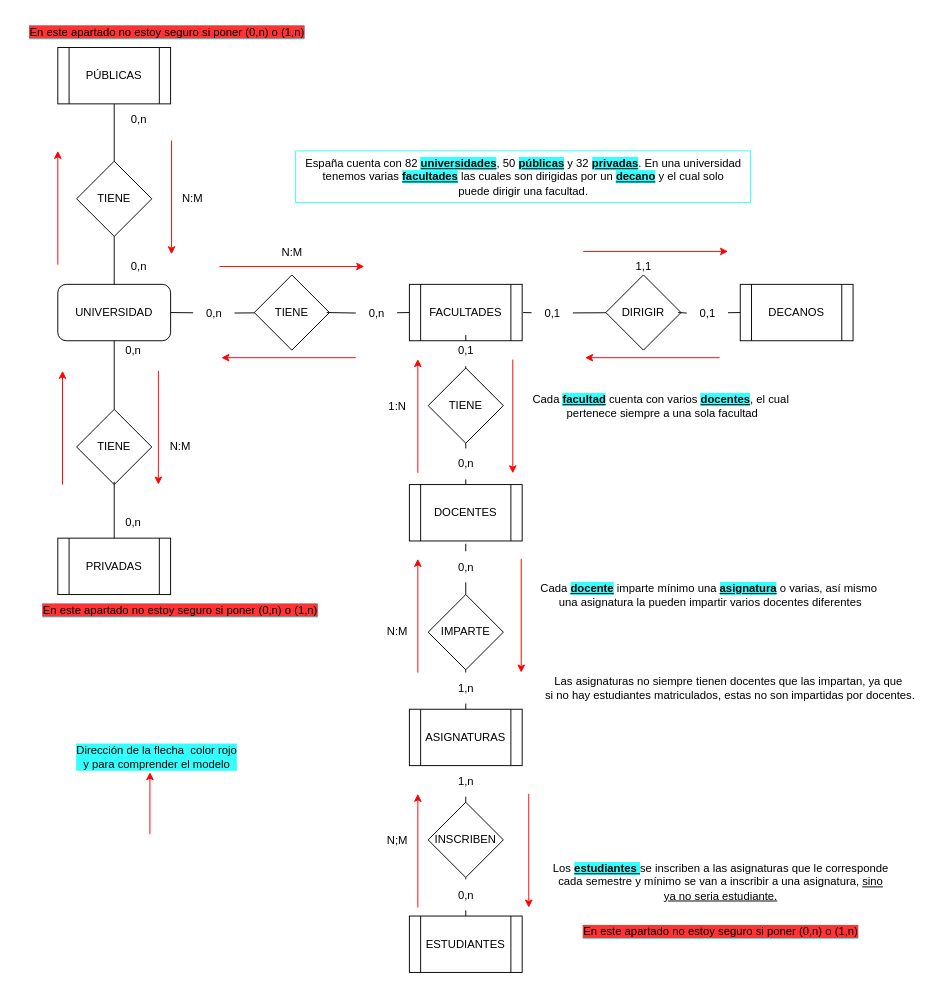
This is Untitled Diagram.drawio from Kiritomoreno/Diagramas, a draw.io file, before an edit. Source tidied: cells renumbered, new cells numbered last; positions are measured from the earlier drawing's top-left corner, leaving out a move shared by most shapes. Both pictures are drawn from the tidied source at 94%, with x=0, y=0 at pixel (16, 16).
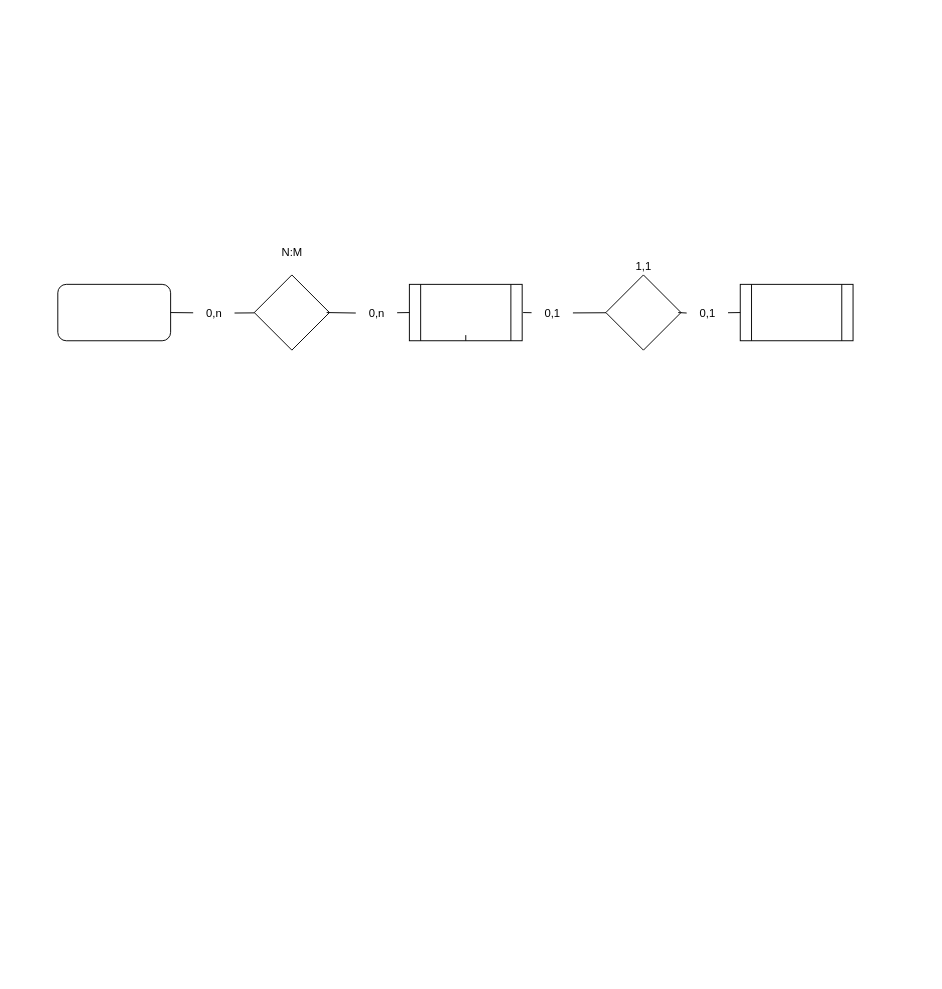
Above is the later version.

Change to the diagram source:
```diff
@@
-    <mxCell id="2" value="UNIVERSIDAD" style="rounded=1;whiteSpace=wrap;html=1;" parent="1" vertex="1">
+    <mxCell id="2" style="rounded=1;whiteSpace=wrap;html=1;" parent="1" vertex="1">
       <mxGeometry x="44" y="285" width="120" height="60" as="geometry" />
     </mxCell>
-    <mxCell id="3" value="PÚBLICAS" style="shape=process;whiteSpace=wrap;html=1;backgroundOutline=1;" parent="1" vertex="1">
-      <mxGeometry x="44" y="33" width="120" height="60" as="geometry" />
-    </mxCell>
-    <mxCell id="4" value="PRIVADAS" style="shape=process;whiteSpace=wrap;html=1;backgroundOutline=1;" parent="1" vertex="1">
-      <mxGeometry x="44" y="555" width="120" height="60" as="geometry" />
-    </mxCell>
-    <mxCell id="5" value="FACULTADES" style="shape=process;whiteSpace=wrap;html=1;backgroundOutline=1;" parent="1" vertex="1">
+    <mxCell id="5" style="shape=process;whiteSpace=wrap;html=1;backgroundOutline=1;" parent="1" vertex="1">
       <mxGeometry x="418" y="285" width="120" height="60" as="geometry" />
     </mxCell>
-    <mxCell id="6" value="DECANOS" style="shape=process;whiteSpace=wrap;html=1;backgroundOutline=1;" parent="1" vertex="1">
+    <mxCell id="6" style="shape=process;whiteSpace=wrap;html=1;backgroundOutline=1;" parent="1" vertex="1">
       <mxGeometry x="770" y="285" width="120" height="60" as="geometry" />
     </mxCell>
-    <mxCell id="7" value="DOCENTES" style="shape=process;whiteSpace=wrap;html=1;backgroundOutline=1;" parent="1" vertex="1">
-      <mxGeometry x="418" y="498" width="120" height="60" as="geometry" />
-    </mxCell>
-    <mxCell id="8" value="ASIGNATURAS" style="shape=process;whiteSpace=wrap;html=1;backgroundOutline=1;" parent="1" vertex="1">
-      <mxGeometry x="418" y="737" width="120" height="60" as="geometry" />
-    </mxCell>
-    <mxCell id="9" value="ESTUDIANTES" style="shape=process;whiteSpace=wrap;html=1;backgroundOutline=1;" parent="1" vertex="1">
-      <mxGeometry x="418" y="957" width="120" height="60" as="geometry" />
-    </mxCell>
-    <mxCell id="10" value="TIENE" style="rhombus;whiteSpace=wrap;html=1;" parent="1" vertex="1">
-      <mxGeometry x="64" y="418" width="80" height="80" as="geometry" />
-    </mxCell>
-    <mxCell id="11" value="TIENE" style="rhombus;whiteSpace=wrap;html=1;" parent="1" vertex="1">
-      <mxGeometry x="64" y="154" width="80" height="80" as="geometry" />
-    </mxCell>
-    <mxCell id="12" value="IMPARTE" style="rhombus;whiteSpace=wrap;html=1;" parent="1" vertex="1">
-      <mxGeometry x="438" y="615" width="80" height="80" as="geometry" />
-    </mxCell>
-    <mxCell id="13" value="TIENE" style="rhombus;whiteSpace=wrap;html=1;" parent="1" vertex="1">
-      <mxGeometry x="438" y="374" width="80" height="80" as="geometry" />
-    </mxCell>
-    <mxCell id="14" value="TIENE" style="rhombus;whiteSpace=wrap;html=1;" parent="1" vertex="1">
+    <mxCell id="14" style="rhombus;whiteSpace=wrap;html=1;" parent="1" vertex="1">
       <mxGeometry x="253" y="275" width="80" height="80" as="geometry" />
     </mxCell>
-    <mxCell id="15" value="DIRIGIR" style="rhombus;whiteSpace=wrap;html=1;" parent="1" vertex="1">
+    <mxCell id="15" style="rhombus;whiteSpace=wrap;html=1;" parent="1" vertex="1">
       <mxGeometry x="627" y="275" width="80" height="80" as="geometry" />
     </mxCell>
-    <mxCell id="16" value="INSCRIBEN" style="rhombus;whiteSpace=wrap;html=1;" parent="1" vertex="1">
-      <mxGeometry x="438" y="836" width="80" height="80" as="geometry" />
-    </mxCell>
-    <mxCell id="17" style="endArrow=none;html=1;rounded=0;entryX=0.5;entryY=1;entryDx=0;entryDy=0;exitX=0.5;exitY=0;exitDx=0;exitDy=0;" parent="1" edge="1" source="11" target="3">
-      <mxGeometry relative="1" as="geometry" />
-    </mxCell>
-    <mxCell id="18" style="endArrow=none;html=1;rounded=0;entryX=0.5;entryY=0;entryDx=0;entryDy=0;exitX=0.5;exitY=1;exitDx=0;exitDy=0;" parent="1" edge="1" source="11" target="2">
-      <mxGeometry relative="1" as="geometry" />
-    </mxCell>
-    <mxCell id="19" style="endArrow=none;html=1;rounded=0;entryX=0.5;entryY=1;entryDx=0;entryDy=0;exitX=0.5;exitY=0;exitDx=0;exitDy=0;" parent="1" edge="1" source="10" target="2">
-      <mxGeometry relative="1" as="geometry" />
-    </mxCell>
@@
-    <mxCell id="24" style="endArrow=none;html=1;rounded=0;entryX=0.5;entryY=1;entryDx=0;entryDy=0;exitX=0.5;exitY=0;exitDx=0;exitDy=0;startArrow=none;" parent="1" edge="1" source="43" target="13">
-      <mxGeometry relative="1" as="geometry" />
-    </mxCell>
-    <mxCell id="25" style="endArrow=none;html=1;rounded=0;entryX=0.5;entryY=1;entryDx=0;entryDy=0;startArrow=none;" parent="1" edge="1" source="39" target="5">
-      <mxGeometry relative="1" as="geometry" />
+    <mxCell id="25" style="endArrow=none;html=1;rounded=0;entryX=0.5;entryY=1;entryDx=0;entryDy=0;startArrow=none;" parent="1" edge="1" target="5">
+      <mxGeometry relative="1" as="geometry">
+        <mxPoint x="478" y="339" as="sourcePoint" />
+      </mxGeometry>
     </mxCell>
-    <mxCell id="26" style="endArrow=none;html=1;rounded=0;exitX=0.5;exitY=1;exitDx=0;exitDy=0;startArrow=none;" parent="1" edge="1" source="59" target="9">
-      <mxGeometry relative="1" as="geometry" />
-    </mxCell>
-    <mxCell id="27" style="endArrow=none;html=1;rounded=0;entryX=0.5;entryY=0;entryDx=0;entryDy=0;exitX=0.5;exitY=1;exitDx=0;exitDy=0;startArrow=none;" parent="1" edge="1" source="56" target="16">
-      <mxGeometry relative="1" as="geometry" />
-    </mxCell>
-    <mxCell id="28" style="endArrow=none;html=1;rounded=0;entryX=0.5;entryY=0;entryDx=0;entryDy=0;exitX=0.5;exitY=1;exitDx=0;exitDy=0;startArrow=none;" parent="1" edge="1" source="54" target="8">
-      <mxGeometry relative="1" as="geometry" />
-    </mxCell>
-    <mxCell id="29" style="endArrow=none;html=1;rounded=0;startArrow=none;" parent="1" edge="1" source="51" target="12">
-      <mxGeometry relative="1" as="geometry" />
-    </mxCell>
-    <mxCell id="30" style="endArrow=none;html=1;rounded=0;exitX=0.5;exitY=0;exitDx=0;exitDy=0;" parent="1" edge="1" source="4">
-      <mxGeometry relative="1" as="geometry">
-        <mxPoint x="104" y="495" as="targetPoint" />
-      </mxGeometry>
-    </mxCell>
-    <mxCell id="31" value="0,n" style="text;html=1;align=center;verticalAlign=middle;fillColor=none;strokeColor=none;rounded=0;" parent="1" vertex="1">
-      <mxGeometry x="108" y="93" width="44" height="33" as="geometry" />
-    </mxCell>
-    <mxCell id="32" value="N:M" style="text;html=1;align=center;verticalAlign=middle;fillColor=none;strokeColor=none;rounded=0;" parent="1" vertex="1">
-      <mxGeometry x="165" y="177.5" width="44" height="33" as="geometry" />
-    </mxCell>
-    <mxCell id="33" value="0,n" style="text;html=1;align=center;verticalAlign=middle;fillColor=none;strokeColor=none;rounded=0;" parent="1" vertex="1">
-      <mxGeometry x="108" y="249" width="44" height="33" as="geometry" />
-    </mxCell>
-    <mxCell id="34" value="0,n" style="text;html=1;align=center;verticalAlign=middle;fillColor=none;strokeColor=none;rounded=0;" parent="1" vertex="1">
-      <mxGeometry x="102" y="339" width="44" height="33" as="geometry" />
-    </mxCell>
-    <mxCell id="35" value="N:M" style="text;html=1;align=center;verticalAlign=middle;fillColor=none;strokeColor=none;rounded=0;" parent="1" vertex="1">
-      <mxGeometry x="152" y="441.5" width="44" height="33" as="geometry" />
-    </mxCell>
-    <mxCell id="36" value="0,n" style="text;html=1;align=center;verticalAlign=middle;fillColor=none;strokeColor=none;rounded=0;" parent="1" vertex="1">
-      <mxGeometry x="102" y="522" width="44" height="33" as="geometry" />
-    </mxCell>
@@
-    <mxCell id="39" value="0,1" style="text;html=1;align=center;verticalAlign=middle;points=[];fillColor=none;strokeColor=none;rounded=0;" parent="1" vertex="1">
-      <mxGeometry x="456" y="339" width="44" height="33" as="geometry" />
-    </mxCell>
-    <mxCell id="40" style="endArrow=none;html=1;rounded=0;entryX=0.5;entryY=1;entryDx=0;entryDy=0;" parent="1" edge="1" target="39">
-      <mxGeometry relative="1" as="geometry">
-        <mxPoint x="478" y="374" as="sourcePoint" />
-      </mxGeometry>
-    </mxCell>
@@
-    <mxCell id="43" value="0,n" style="text;html=1;align=center;verticalAlign=middle;points=[];fillColor=none;strokeColor=none;rounded=0;" parent="1" vertex="1">
-      <mxGeometry x="456" y="459.5" width="44" height="33" as="geometry" />
-    </mxCell>
-    <mxCell id="44" style="endArrow=none;html=1;rounded=0;entryX=0.5;entryY=1;entryDx=0;entryDy=0;exitX=0.5;exitY=0;exitDx=0;exitDy=0;" parent="1" edge="1" source="7" target="43">
-      <mxGeometry relative="1" as="geometry" />
-    </mxCell>
-    <mxCell id="45" value="1:N" style="text;html=1;align=center;verticalAlign=middle;fillColor=none;strokeColor=none;rounded=0;" parent="1" vertex="1">
-      <mxGeometry x="383" y="398" width="44" height="33" as="geometry" />
-    </mxCell>
@@
-    <mxCell id="51" value="0,n" style="text;html=1;align=center;verticalAlign=middle;points=[];fillColor=none;strokeColor=none;rounded=0;" parent="1" vertex="1">
-      <mxGeometry x="456" y="569" width="44" height="33" as="geometry" />
-    </mxCell>
-    <mxCell id="52" style="endArrow=none;html=1;rounded=0;" parent="1" edge="1" target="51">
-      <mxGeometry relative="1" as="geometry">
-        <mxPoint x="478" y="561" as="sourcePoint" />
-      </mxGeometry>
-    </mxCell>
-    <mxCell id="53" value="N:M" style="text;html=1;align=center;verticalAlign=middle;fillColor=none;strokeColor=none;rounded=0;" parent="1" vertex="1">
-      <mxGeometry x="383" y="638.5" width="44" height="33" as="geometry" />
-    </mxCell>
-    <mxCell id="54" value="1,n" style="text;html=1;align=center;verticalAlign=middle;points=[];fillColor=none;strokeColor=none;rounded=0;" parent="1" vertex="1">
-      <mxGeometry x="456" y="698" width="44" height="33" as="geometry" />
-    </mxCell>
-    <mxCell id="55" style="endArrow=none;html=1;rounded=0;entryX=0.5;entryY=0;entryDx=0;entryDy=0;exitX=0.5;exitY=1;exitDx=0;exitDy=0;" parent="1" edge="1" source="12" target="54">
-      <mxGeometry relative="1" as="geometry" />
-    </mxCell>
-    <mxCell id="56" value="1,n" style="text;html=1;align=center;verticalAlign=middle;points=[];fillColor=none;strokeColor=none;rounded=0;" parent="1" vertex="1">
-      <mxGeometry x="456" y="797" width="44" height="33" as="geometry" />
-    </mxCell>
-    <mxCell id="57" style="endArrow=none;html=1;rounded=0;entryX=0.5;entryY=0;entryDx=0;entryDy=0;exitX=0.5;exitY=1;exitDx=0;exitDy=0;" parent="1" edge="1" source="8" target="56">
-      <mxGeometry relative="1" as="geometry" />
-    </mxCell>
-    <mxCell id="58" value="N;M" style="text;html=1;align=center;verticalAlign=middle;fillColor=none;strokeColor=none;rounded=0;" parent="1" vertex="1">
-      <mxGeometry x="383" y="860" width="44" height="33" as="geometry" />
-    </mxCell>
-    <mxCell id="59" value="0,n" style="text;html=1;align=center;verticalAlign=middle;points=[];fillColor=none;strokeColor=none;rounded=0;" parent="1" vertex="1">
-      <mxGeometry x="456" y="918" width="44" height="33" as="geometry" />
-    </mxCell>
-    <mxCell id="60" style="endArrow=none;html=1;rounded=0;exitX=0.5;exitY=1;exitDx=0;exitDy=0;" parent="1" edge="1" source="16" target="59">
-      <mxGeometry relative="1" as="geometry" />
-    </mxCell>
@@
-    <mxCell id="62" value="Los &lt;b&gt;&lt;u style=&quot;background-color: rgb(51, 255, 255);&quot;&gt;estudiantes &lt;/u&gt;&lt;/b&gt;se inscriben a las asignaturas que le corresponde&lt;br&gt;cada semestre y mínimo se van a inscribir a una asignatura, &lt;u&gt;sino&lt;br&gt;ya no seria estudiante.&lt;/u&gt;" style="text;html=1;align=center;verticalAlign=middle;fillColor=none;strokeColor=none;rounded=0;" parent="1" vertex="1">
-      <mxGeometry x="556" y="893" width="385" height="55" as="geometry" />
-    </mxCell>
-    <mxCell id="63" value="Las asignaturas no siempre tienen docentes que las impartan, ya que&amp;nbsp;&lt;br&gt;si no hay estudiantes matriculados, estas no son impartidas por docentes." style="text;html=1;align=center;verticalAlign=middle;fillColor=none;strokeColor=none;rounded=0;" parent="1" vertex="1">
-      <mxGeometry x="550" y="693" width="418" height="44" as="geometry" />
-    </mxCell>
-    <mxCell id="64" value="Cada &lt;b style=&quot;background-color: rgb(51, 255, 255);&quot;&gt;&lt;u&gt;docente&lt;/u&gt;&lt;/b&gt; imparte mínimo una &lt;span style=&quot;background-color: rgb(51, 255, 255);&quot;&gt;&lt;b&gt;&lt;u&gt;asignatura&lt;/u&gt;&lt;/b&gt;&lt;/span&gt; o varias, así mismo&amp;nbsp;&lt;br&gt;una asignatura la pueden impartir varios docentes diferentes" style="text;html=1;align=center;verticalAlign=middle;fillColor=none;strokeColor=none;rounded=0;" parent="1" vertex="1">
-      <mxGeometry x="545" y="594" width="385" height="44" as="geometry" />
-    </mxCell>
-    <mxCell id="65" value="Cada &lt;b&gt;&lt;u style=&quot;background-color: rgb(51, 255, 255);&quot;&gt;facultad&lt;/u&gt;&lt;/b&gt; cuenta con varios &lt;b&gt;&lt;u style=&quot;background-color: rgb(51, 255, 255);&quot;&gt;docentes&lt;/u&gt;&lt;/b&gt;, el cual&amp;nbsp;&lt;br&gt;pertenece siempre a una sola facultad" style="text;html=1;align=center;verticalAlign=middle;fillColor=none;strokeColor=none;rounded=0;" parent="1" vertex="1">
-      <mxGeometry x="538" y="392.5" width="297" height="44" as="geometry" />
-    </mxCell>
-    <mxCell id="66" value="España cuenta con 82 &lt;u&gt;&lt;b style=&quot;background-color: rgb(51, 255, 255);&quot;&gt;universidades&lt;/b&gt;&lt;/u&gt;, 50 &lt;span style=&quot;background-color: rgb(51, 255, 255);&quot;&gt;&lt;u&gt;&lt;b&gt;públicas&lt;/b&gt;&lt;/u&gt;&lt;/span&gt; y 32 &lt;b&gt;&lt;u style=&quot;background-color: rgb(51, 255, 255);&quot;&gt;privadas&lt;/u&gt;&lt;/b&gt;. En una universidad&lt;br&gt;tenemos varias &lt;b&gt;&lt;u style=&quot;background-color: rgb(51, 255, 255);&quot;&gt;facultades&lt;/u&gt;&lt;/b&gt; las cuales son dirigidas por un &lt;u&gt;&lt;b style=&quot;background-color: rgb(51, 255, 255);&quot;&gt;decano&lt;/b&gt;&lt;/u&gt; y el cual solo&lt;br&gt;puede dirigir una facultad." style="text;html=1;align=center;verticalAlign=middle;fillColor=none;strokeColor=#33FFFF;rounded=0;" parent="1" vertex="1">
-      <mxGeometry x="297" y="143" width="484" height="55" as="geometry" />
-    </mxCell>
-    <mxCell id="67" value="&lt;span style=&quot;background-color: rgb(255, 51, 51);&quot;&gt;En este apartado no estoy seguro si poner (0,n) o (1,n)&lt;/span&gt;" style="text;html=1;align=center;verticalAlign=middle;fillColor=none;strokeColor=none;rounded=0;labelBackgroundColor=#33FFFF;" parent="1" vertex="1">
-      <mxGeometry x="589" y="957" width="319" height="33" as="geometry" />
-    </mxCell>
-    <mxCell id="68" style="endArrow=classic;html=1;rounded=0;strokeColor=#FF0000;" parent="1" edge="1">
-      <mxGeometry relative="1" as="geometry">
-        <mxPoint x="142" y="870" as="sourcePoint" />
-        <mxPoint x="142" y="804" as="targetPoint" />
-      </mxGeometry>
-    </mxCell>
-    <mxCell id="69" value="Dirección de la flecha&amp;nbsp; color rojo &lt;br&gt;y para comprender el modelo" style="text;html=1;align=center;verticalAlign=middle;fillColor=none;strokeColor=none;rounded=0;labelBackgroundColor=#33FFFF;" parent="1" vertex="1">
-      <mxGeometry x="50" y="766" width="198" height="44" as="geometry" />
-    </mxCell>
-    <mxCell id="70" style="endArrow=classic;html=1;rounded=0;strokeColor=#FF0000;" parent="1" edge="1">
-      <mxGeometry relative="1" as="geometry">
-        <mxPoint x="44" y="264" as="sourcePoint" />
-        <mxPoint x="44" y="143" as="targetPoint" />
-      </mxGeometry>
-    </mxCell>
-    <mxCell id="71" style="endArrow=classic;html=1;rounded=0;strokeColor=#FF0000;" parent="1" edge="1">
-      <mxGeometry relative="1" as="geometry">
-        <mxPoint x="165" y="132" as="sourcePoint" />
-        <mxPoint x="165" y="253" as="targetPoint" />
-      </mxGeometry>
-    </mxCell>
-    <mxCell id="72" style="endArrow=classic;html=1;rounded=0;strokeColor=#FF0000;" parent="1" edge="1">
-      <mxGeometry relative="1" as="geometry">
-        <mxPoint x="216" y="266" as="sourcePoint" />
-        <mxPoint x="370" y="266" as="targetPoint" />
-      </mxGeometry>
-    </mxCell>
-    <mxCell id="73" style="endArrow=classic;html=1;rounded=0;strokeColor=#FF0000;" parent="1" edge="1">
-      <mxGeometry relative="1" as="geometry">
-        <mxPoint x="361" y="363" as="sourcePoint" />
-        <mxPoint x="218" y="363" as="targetPoint" />
-      </mxGeometry>
-    </mxCell>
-    <mxCell id="74" style="endArrow=classic;html=1;rounded=0;strokeColor=#FF0000;" parent="1" edge="1">
-      <mxGeometry relative="1" as="geometry">
-        <mxPoint x="49" y="498" as="sourcePoint" />
-        <mxPoint x="49" y="377" as="targetPoint" />
-      </mxGeometry>
-    </mxCell>
-    <mxCell id="75" style="endArrow=classic;html=1;rounded=0;strokeColor=#FF0000;" parent="1" edge="1">
-      <mxGeometry relative="1" as="geometry">
-        <mxPoint x="151" y="377" as="sourcePoint" />
-        <mxPoint x="151" y="498" as="targetPoint" />
-      </mxGeometry>
-    </mxCell>
-    <mxCell id="76" style="endArrow=classic;html=1;rounded=0;strokeColor=#FF0000;" parent="1" edge="1">
-      <mxGeometry relative="1" as="geometry">
-        <mxPoint x="528" y="365" as="sourcePoint" />
-        <mxPoint x="528" y="486" as="targetPoint" />
-      </mxGeometry>
-    </mxCell>
-    <mxCell id="77" style="endArrow=classic;html=1;rounded=0;strokeColor=#FF0000;" parent="1" edge="1">
-      <mxGeometry relative="1" as="geometry">
-        <mxPoint x="537" y="577" as="sourcePoint" />
-        <mxPoint x="537" y="698" as="targetPoint" />
-      </mxGeometry>
-    </mxCell>
-    <mxCell id="78" style="endArrow=classic;html=1;rounded=0;strokeColor=#FF0000;" parent="1" edge="1">
-      <mxGeometry relative="1" as="geometry">
-        <mxPoint x="545" y="827" as="sourcePoint" />
-        <mxPoint x="545" y="948" as="targetPoint" />
-      </mxGeometry>
-    </mxCell>
-    <mxCell id="79" style="endArrow=classic;html=1;rounded=0;strokeColor=#FF0000;" parent="1" edge="1">
-      <mxGeometry relative="1" as="geometry">
-        <mxPoint x="427" y="948" as="sourcePoint" />
-        <mxPoint x="427" y="827" as="targetPoint" />
-      </mxGeometry>
-    </mxCell>
-    <mxCell id="80" style="endArrow=classic;html=1;rounded=0;strokeColor=#FF0000;" parent="1" edge="1">
-      <mxGeometry relative="1" as="geometry">
-        <mxPoint x="427" y="698" as="sourcePoint" />
-        <mxPoint x="427" y="577" as="targetPoint" />
-      </mxGeometry>
-    </mxCell>
-    <mxCell id="81" style="endArrow=classic;html=1;rounded=0;strokeColor=#FF0000;" parent="1" edge="1">
-      <mxGeometry relative="1" as="geometry">
-        <mxPoint x="427" y="485.5" as="sourcePoint" />
-        <mxPoint x="427" y="364.5" as="targetPoint" />
-      </mxGeometry>
-    </mxCell>
-    <mxCell id="82" style="endArrow=classic;html=1;rounded=0;strokeColor=#FF0000;" parent="1" edge="1">
-      <mxGeometry relative="1" as="geometry">
-        <mxPoint x="603" y="250" as="sourcePoint" />
-        <mxPoint x="757" y="250" as="targetPoint" />
-      </mxGeometry>
-    </mxCell>
-    <mxCell id="83" style="endArrow=classic;html=1;rounded=0;strokeColor=#FF0000;" parent="1" edge="1">
-      <mxGeometry relative="1" as="geometry">
-        <mxPoint x="748" y="363" as="sourcePoint" />
-        <mxPoint x="605" y="363" as="targetPoint" />
-      </mxGeometry>
-    </mxCell>
-    <mxCell id="84" value="&lt;span style=&quot;background-color: rgb(255, 51, 51);&quot;&gt;En este apartado no estoy seguro si poner (0,n) o (1,n)&lt;/span&gt;" style="text;html=1;align=center;verticalAlign=middle;fillColor=none;strokeColor=none;rounded=0;labelBackgroundColor=#33FFFF;" parent="1" vertex="1">
-      <mxGeometry width="319" height="33" as="geometry" />
-    </mxCell>
-    <mxCell id="85" value="&lt;span style=&quot;background-color: rgb(255, 51, 51);&quot;&gt;En este apartado no estoy seguro si poner (0,n) o (1,n)&lt;/span&gt;" style="text;html=1;align=center;verticalAlign=middle;fillColor=none;strokeColor=none;rounded=0;labelBackgroundColor=#33FFFF;" parent="1" vertex="1">
-      <mxGeometry x="14.5" y="615" width="319" height="33" as="geometry" />
-    </mxCell>
```
